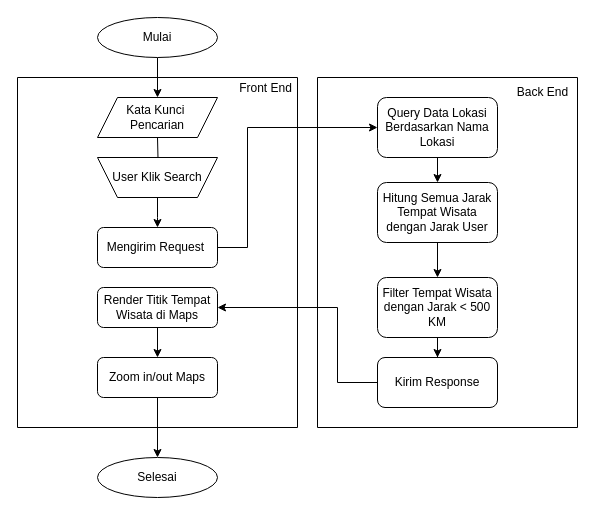
Earlier version of the draw.io diagram docs/flowchart-search-places.drawio (neszha/artour-android). Source tidied: cells renumbered, new cells numbered last; positions are measured from the earlier drawing's top-left corner, leaving out a move shared by most shapes. Both pictures are drawn from the tidied source at 100%, with x=0, y=0 at pixel (17, 17).
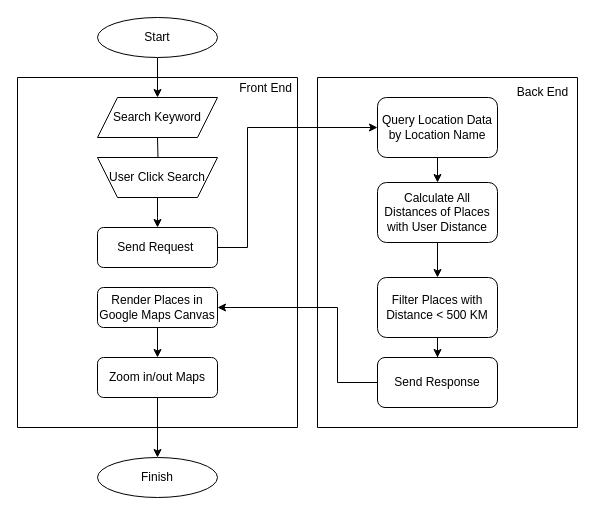
The same page after the edit.

Unchanged cells that the change refers to:
```xml
<mxCell id="6" style="swimlane;startSize=0;" parent="1" vertex="1">
  <mxGeometry y="60" width="280" height="350" as="geometry" />
</mxCell>
<mxCell id="15" style="swimlane;startSize=0;" parent="1" vertex="1">
  <mxGeometry x="300" y="60" width="260" height="350" as="geometry" />
</mxCell>
```

Change to the diagram source:
```diff
@@
-    <mxCell id="4" value="Mulai" style="ellipse;whiteSpace=wrap;html=1;" parent="1" vertex="1">
+    <mxCell id="4" value="Start" style="ellipse;whiteSpace=wrap;html=1;" parent="1" vertex="1">
       <mxGeometry x="80" width="120" height="40" as="geometry" />
     </mxCell>
@@
-    <mxCell id="8" value="Render Titik Tempat Wisata di Maps" style="rounded=1;whiteSpace=wrap;html=1;fontSize=12;glass=0;strokeWidth=1;shadow=0;" parent="6" vertex="1">
+    <mxCell id="8" value="Render Places&amp;nbsp;&lt;span style=&quot;background-color: initial;&quot;&gt;in Google Maps Canvas&lt;/span&gt;" style="rounded=1;whiteSpace=wrap;html=1;fontSize=12;glass=0;strokeWidth=1;shadow=0;" parent="6" vertex="1">
       <mxGeometry x="80" y="210" width="120" height="40" as="geometry" />
     </mxCell>
-    <mxCell id="9" value="User Klik Search" style="shape=trapezoid;perimeter=trapezoidPerimeter;whiteSpace=wrap;html=1;fixedSize=1;flipV=1;" parent="6" vertex="1">
+    <mxCell id="9" value="User Click Search" style="shape=trapezoid;perimeter=trapezoidPerimeter;whiteSpace=wrap;html=1;fixedSize=1;flipV=1;" parent="6" vertex="1">
       <mxGeometry x="80" y="80" width="120" height="40" as="geometry" />
     </mxCell>
@@
-    <mxCell id="11" value="Mengirim Request&amp;nbsp;" style="rounded=1;whiteSpace=wrap;html=1;fontSize=12;glass=0;strokeWidth=1;shadow=0;" parent="6" vertex="1">
+    <mxCell id="11" value="Send Request&amp;nbsp;" style="rounded=1;whiteSpace=wrap;html=1;fontSize=12;glass=0;strokeWidth=1;shadow=0;" parent="6" vertex="1">
       <mxGeometry x="80" y="150" width="120" height="40" as="geometry" />
     </mxCell>
@@
-    <mxCell id="13" value="Kata Kunci&amp;nbsp;&lt;div&gt;Pencarian&lt;/div&gt;" style="shape=parallelogram;perimeter=parallelogramPerimeter;whiteSpace=wrap;html=1;fixedSize=1;" parent="6" vertex="1">
+    <mxCell id="13" value="Search Keyword" style="shape=parallelogram;perimeter=parallelogramPerimeter;whiteSpace=wrap;html=1;fixedSize=1;" parent="6" vertex="1">
       <mxGeometry x="80" y="20" width="120" height="40" as="geometry" />
     </mxCell>
@@
-    <mxCell id="16" value="Kirim Response" style="rounded=1;whiteSpace=wrap;html=1;fontSize=12;glass=0;strokeWidth=1;shadow=0;" parent="15" vertex="1">
+    <mxCell id="16" value="Send Response" style="rounded=1;whiteSpace=wrap;html=1;fontSize=12;glass=0;strokeWidth=1;shadow=0;" parent="15" vertex="1">
       <mxGeometry x="60" y="280" width="120" height="50" as="geometry" />
     </mxCell>
@@
-    <mxCell id="18" value="Query Data Lokasi Berdasarkan Nama Lokasi" style="rounded=1;whiteSpace=wrap;html=1;fontSize=12;glass=0;strokeWidth=1;shadow=0;" parent="15" vertex="1">
+    <mxCell id="18" value="Query Location Data by Location Name" style="rounded=1;whiteSpace=wrap;html=1;fontSize=12;glass=0;strokeWidth=1;shadow=0;" parent="15" vertex="1">
       <mxGeometry x="60" y="20" width="120" height="60" as="geometry" />
     </mxCell>
@@
-    <mxCell id="21" value="Hitung Semua Jarak Tempat Wisata dengan Jarak User" style="rounded=1;whiteSpace=wrap;html=1;fontSize=12;glass=0;strokeWidth=1;shadow=0;" parent="15" vertex="1">
+    <mxCell id="21" value="Calculate All Distances of Places with User Distance" style="rounded=1;whiteSpace=wrap;html=1;fontSize=12;glass=0;strokeWidth=1;shadow=0;" parent="15" vertex="1">
       <mxGeometry x="60" y="105" width="120" height="60" as="geometry" />
     </mxCell>
@@
-    <mxCell id="23" value="Filter Tempat Wisata dengan Jarak &amp;lt; 500 KM" style="rounded=1;whiteSpace=wrap;html=1;fontSize=12;glass=0;strokeWidth=1;shadow=0;" parent="15" vertex="1">
+    <mxCell id="23" value="Filter Places with Distance &amp;lt; 500 KM" style="rounded=1;whiteSpace=wrap;html=1;fontSize=12;glass=0;strokeWidth=1;shadow=0;" parent="15" vertex="1">
       <mxGeometry x="60" y="200" width="120" height="60" as="geometry" />
     </mxCell>
-    <mxCell id="24" value="Selesai" style="ellipse;whiteSpace=wrap;html=1;" parent="1" vertex="1">
+    <mxCell id="24" value="Finish" style="ellipse;whiteSpace=wrap;html=1;" parent="1" vertex="1">
       <mxGeometry x="80" y="440" width="120" height="40" as="geometry" />
     </mxCell>
```
